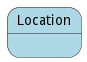
Before: docs/edgemere/cpl/pw/models/location/statenet.png, a diagram exported from PlantUML (madajaju/edgemere).
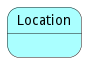
Above is the later version.

The edit, as a diff of the source:
```diff
@@ -2,7 +2,7 @@
 
 
 
-state Location #lightblue {
+state Location #aaffff {
 
 
 
```
